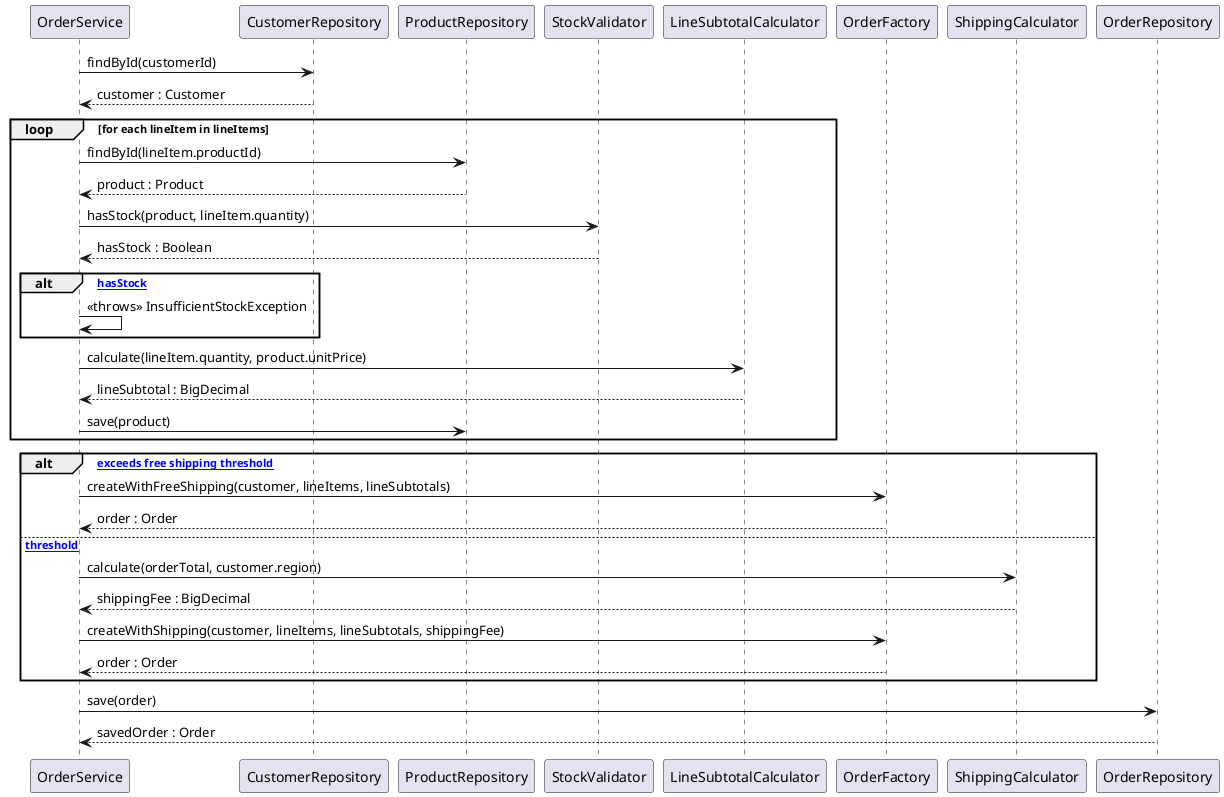
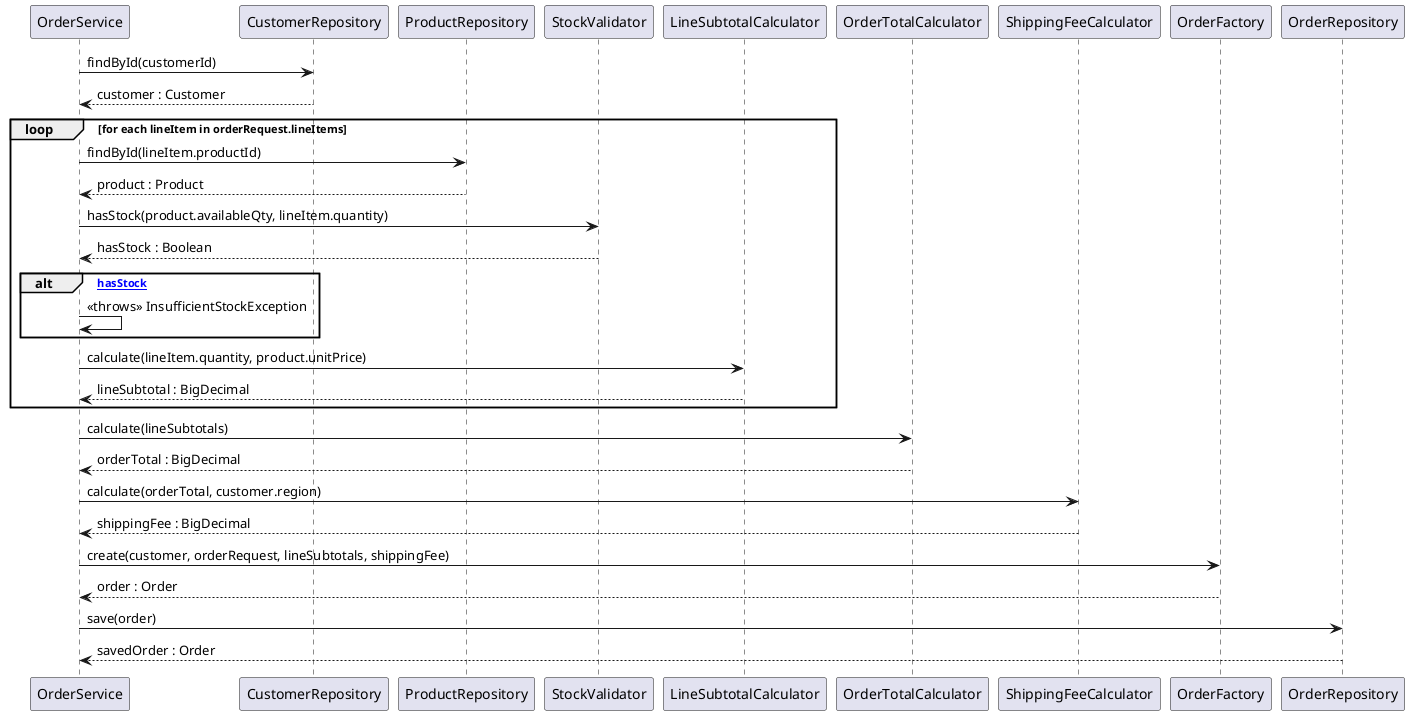
@startuml
' @package com.disc.order
OrderService -> CustomerRepository: findById(customerId)
- OrderService <-- CustomerRepository: customer : Customer
- loop for each lineItem in lineItems
+ CustomerRepository --> OrderService: customer : Customer
+ loop for each lineItem in orderRequest.lineItems
    OrderService -> ProductRepository: findById(lineItem.productId)
-     OrderService <-- ProductRepository: product : Product
-     OrderService -> StockValidator: hasStock(product, lineItem.quantity)
-     OrderService <-- StockValidator: hasStock : Boolean
+     ProductRepository --> OrderService: product : Product
+     OrderService -> StockValidator: hasStock(product.availableQty, lineItem.quantity)
+     StockValidator --> OrderService: hasStock : Boolean
    alt [not hasStock]
        OrderService -> OrderService: <<throws>> InsufficientStockException
    end
    OrderService -> LineSubtotalCalculator: calculate(lineItem.quantity, product.unitPrice)
-     OrderService <-- LineSubtotalCalculator: lineSubtotal : BigDecimal
-     OrderService -> ProductRepository: save(product)
+     LineSubtotalCalculator --> OrderService: lineSubtotal : BigDecimal
end
- alt [orderTotal exceeds free shipping threshold]
-     OrderService -> OrderFactory: createWithFreeShipping(customer, lineItems, lineSubtotals)
-     OrderService <-- OrderFactory: order : Order
- else [below threshold]
-     OrderService -> ShippingCalculator: calculate(orderTotal, customer.region)
-     OrderService <-- ShippingCalculator: shippingFee : BigDecimal
-     OrderService -> OrderFactory: createWithShipping(customer, lineItems, lineSubtotals, shippingFee)
-     OrderService <-- OrderFactory: order : Order
- end
+ OrderService -> OrderTotalCalculator: calculate(lineSubtotals)
+ OrderTotalCalculator --> OrderService: orderTotal : BigDecimal
+ OrderService -> ShippingFeeCalculator: calculate(orderTotal, customer.region)
+ ShippingFeeCalculator --> OrderService: shippingFee : BigDecimal
+ OrderService -> OrderFactory: create(customer, orderRequest, lineSubtotals, shippingFee)
+ OrderFactory --> OrderService: order : Order
OrderService -> OrderRepository: save(order)
- OrderService <-- OrderRepository: savedOrder : Order
+ OrderRepository --> OrderService: savedOrder : Order
@enduml
